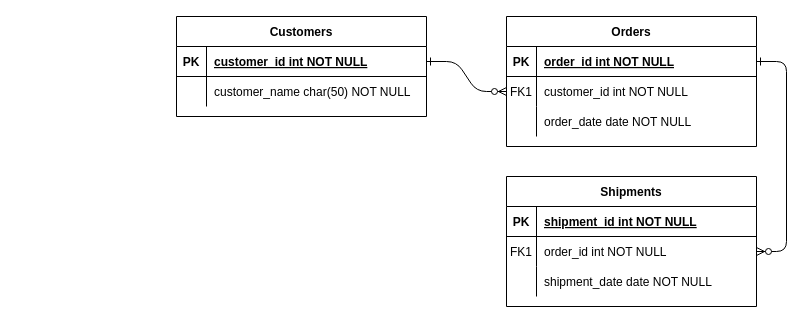
Above: cs598_datacuration_hw2_used_dealership.drawio in kaipak/draw.io (draw.io), before the change. Source tidied: cells renumbered, new cells numbered last; positions are measured from the earlier drawing's top-left corner, leaving out a move shared by most shapes. Both pictures are drawn from the tidied source at 100%, with x=0, y=0 at pixel (176, 16).
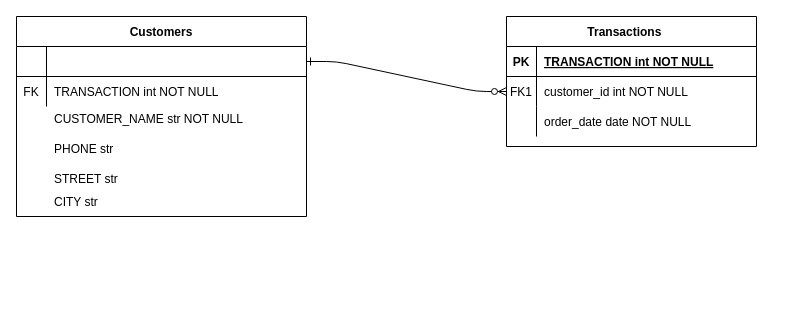
Above is the later version.

Unchanged cells that the change refers to:
```xml
<mxCell id="5" style="shape=partialRectangle;fillColor=none;points=[[0,0.5],[1,0.5]];portConstraint=eastwest;top=0;left=0;right=0;bottom=1;" parent="4" vertex="1">
  <mxGeometry y="30" width="250" height="30" as="geometry" />
</mxCell>
```

What changed in the source:
```diff
@@
-    <mxCell id="3" style="edgeStyle=entityRelationEdgeStyle;endArrow=ERzeroToMany;startArrow=ERone;endFill=1;startFill=0;" parent="1" edge="1" source="5" target="18">
-      <mxGeometry relative="1" as="geometry" />
-    </mxCell>
-    <mxCell id="4" value="Orders" style="shape=table;startSize=30;childLayout=tableLayout;rowLines=0;fontStyle=1;align=center;" parent="1" vertex="1">
+    <mxCell id="4" value="Transactions    " style="shape=table;startSize=30;childLayout=tableLayout;rowLines=0;fontStyle=1;align=center;" parent="1" vertex="1">
       <mxGeometry x="330" width="250" height="130" as="geometry" />
     </mxCell>
@@
-    <mxCell id="7" value="order_id int NOT NULL " style="shape=partialRectangle;overflow=hidden;fillColor=none;top=0;left=0;bottom=0;right=0;align=left;spacingLeft=6;fontStyle=5;" parent="5" vertex="1">
+    <mxCell id="7" value="TRANSACTION int NOT NULL " style="shape=partialRectangle;overflow=hidden;fillColor=none;top=0;left=0;bottom=0;right=0;align=left;spacingLeft=6;fontStyle=5;" parent="5" vertex="1">
       <mxGeometry x="30" width="220" height="30" as="geometry" />
     </mxCell>
@@
-    <mxCell id="14" value="Shipments" style="shape=table;startSize=30;childLayout=tableLayout;rowLines=0;fontStyle=1;align=center;" parent="1" vertex="1">
-      <mxGeometry x="330" y="160" width="250" height="130" as="geometry" />
-    </mxCell>
-    <mxCell id="15" style="shape=partialRectangle;fillColor=none;top=0;left=0;right=0;bottom=1;" parent="14" vertex="1">
-      <mxGeometry y="30" width="250" height="30" as="geometry" />
-    </mxCell>
-    <mxCell id="16" value="PK" style="shape=partialRectangle;overflow=hidden;fillColor=none;top=0;left=0;bottom=0;right=0;fontStyle=1;" parent="15" vertex="1">
-      <mxGeometry width="30" height="30" as="geometry" />
-    </mxCell>
-    <mxCell id="17" value="shipment_id int NOT NULL " style="shape=partialRectangle;overflow=hidden;fillColor=none;top=0;left=0;bottom=0;right=0;align=left;spacingLeft=6;fontStyle=5;" parent="15" vertex="1">
-      <mxGeometry x="30" width="220" height="30" as="geometry" />
-    </mxCell>
-    <mxCell id="18" style="shape=partialRectangle;fillColor=none;points=[[0,0.5],[1,0.5]];portConstraint=eastwest;top=0;left=0;right=0;bottom=0;" parent="14" vertex="1">
-      <mxGeometry y="60" width="250" height="30" as="geometry" />
-    </mxCell>
-    <mxCell id="19" value="FK1" style="shape=partialRectangle;overflow=hidden;fillColor=none;top=0;left=0;bottom=0;right=0;" parent="18" vertex="1">
-      <mxGeometry width="30" height="30" as="geometry" />
-    </mxCell>
-    <mxCell id="20" value="order_id int NOT NULL" style="shape=partialRectangle;overflow=hidden;fillColor=none;top=0;left=0;bottom=0;right=0;align=left;spacingLeft=6;" parent="18" vertex="1">
-      <mxGeometry x="30" width="220" height="30" as="geometry" />
-    </mxCell>
-    <mxCell id="21" style="shape=partialRectangle;fillColor=none;top=0;left=0;right=0;bottom=0;" parent="14" vertex="1">
-      <mxGeometry y="90" width="250" height="30" as="geometry" />
-    </mxCell>
-    <mxCell id="22" style="shape=partialRectangle;overflow=hidden;fillColor=none;top=0;left=0;bottom=0;right=0;" parent="21" vertex="1">
-      <mxGeometry width="30" height="30" as="geometry" />
-    </mxCell>
-    <mxCell id="23" value="shipment_date date NOT NULL" style="shape=partialRectangle;overflow=hidden;fillColor=none;top=0;left=0;bottom=0;right=0;align=left;spacingLeft=6;" parent="21" vertex="1">
-      <mxGeometry x="30" width="220" height="30" as="geometry" />
-    </mxCell>
+    <mxCell id="31" style="group;" parent="1" vertex="1">
+      <mxGeometry x="-160" width="290" height="440" as="geometry" />
+    </mxCell>
-    <mxCell id="24" value="Customers" style="shape=table;startSize=30;childLayout=tableLayout;rowLines=0;fontStyle=1;align=center;" parent="1" vertex="1">
-      <mxGeometry width="250" height="100" as="geometry" />
+    <mxCell id="24" value="Customers" style="shape=table;startSize=30;childLayout=tableLayout;rowLines=0;fontStyle=1;align=center;" parent="31" vertex="1">
+      <mxGeometry width="290" height="200" as="geometry" />
     </mxCell>
     <mxCell id="25" style="shape=partialRectangle;fillColor=none;points=[[0,0.5],[1,0.5]];portConstraint=eastwest;top=0;left=0;right=0;bottom=1;" parent="24" vertex="1">
-      <mxGeometry y="30" width="250" height="30" as="geometry" />
+      <mxGeometry y="30" width="290" height="30" as="geometry" />
     </mxCell>
-    <mxCell id="26" value="PK" style="shape=partialRectangle;overflow=hidden;fillColor=none;top=0;left=0;bottom=0;right=0;fontStyle=1;" parent="25" vertex="1">
+    <mxCell id="26" style="shape=partialRectangle;overflow=hidden;fillColor=none;top=0;left=0;bottom=0;right=0;fontStyle=1;" parent="25" vertex="1">
       <mxGeometry width="30" height="30" as="geometry" />
     </mxCell>
-    <mxCell id="27" value="customer_id int NOT NULL " style="shape=partialRectangle;overflow=hidden;fillColor=none;top=0;left=0;bottom=0;right=0;align=left;spacingLeft=6;fontStyle=5;" parent="25" vertex="1">
-      <mxGeometry x="30" width="220" height="30" as="geometry" />
+    <mxCell id="27" style="shape=partialRectangle;overflow=hidden;fillColor=none;top=0;left=0;bottom=0;right=0;align=left;spacingLeft=6;fontStyle=5;" parent="25" vertex="1">
+      <mxGeometry x="30" width="260" height="30" as="geometry" />
     </mxCell>
     <mxCell id="28" style="shape=partialRectangle;fillColor=none;top=0;left=0;right=0;bottom=0;" parent="24" vertex="1">
-      <mxGeometry y="60" width="250" height="30" as="geometry" />
+      <mxGeometry y="60" width="290" height="30" as="geometry" />
     </mxCell>
-    <mxCell id="29" style="shape=partialRectangle;overflow=hidden;fillColor=none;top=0;left=0;bottom=0;right=0;" parent="28" vertex="1">
+    <mxCell id="29" value="FK" style="shape=partialRectangle;overflow=hidden;fillColor=none;top=0;left=0;bottom=0;right=0;" parent="28" vertex="1">
       <mxGeometry width="30" height="30" as="geometry" />
     </mxCell>
-    <mxCell id="30" value="customer_name char(50) NOT NULL" style="shape=partialRectangle;overflow=hidden;fillColor=none;top=0;left=0;bottom=0;right=0;align=left;spacingLeft=6;" parent="28" vertex="1">
-      <mxGeometry x="30" width="220" height="30" as="geometry" />
+    <mxCell id="30" value="TRANSACTION int NOT NULL" style="shape=partialRectangle;overflow=hidden;fillColor=none;top=0;left=0;bottom=0;right=0;align=left;spacingLeft=6;" parent="28" vertex="1">
+      <mxGeometry x="30" width="260" height="30" as="geometry" />
     </mxCell>
+    <mxCell id="32" value="&#10;CUSTOMER_NAME str NOT NULL" style="shape=partialRectangle;overflow=hidden;fillColor=none;top=0;left=0;bottom=0;right=0;align=left;spacingLeft=6;" parent="31" vertex="1">
+      <mxGeometry x="30" y="70" width="260" height="50.8" as="geometry" />
+    </mxCell>
+    <mxCell id="33" value="&#10;PHONE str" style="shape=partialRectangle;overflow=hidden;fillColor=none;top=0;left=0;bottom=0;right=0;align=left;spacingLeft=6;" parent="31" vertex="1">
+      <mxGeometry x="30" y="100" width="260" height="50.8" as="geometry" />
+    </mxCell>
+    <mxCell id="34" value="&#10;STREET str" style="shape=partialRectangle;overflow=hidden;fillColor=none;top=0;left=0;bottom=0;right=0;align=left;spacingLeft=6;" parent="31" vertex="1">
+      <mxGeometry x="30" y="130" width="260" height="50.8" as="geometry" />
+    </mxCell>
+    <mxCell id="35" value="CITY str" style="shape=partialRectangle;overflow=hidden;fillColor=none;top=0;left=0;bottom=0;right=0;align=left;spacingLeft=6;" parent="31" vertex="1">
+      <mxGeometry x="30" y="160" width="260" height="50.8" as="geometry" />
+    </mxCell>
```
